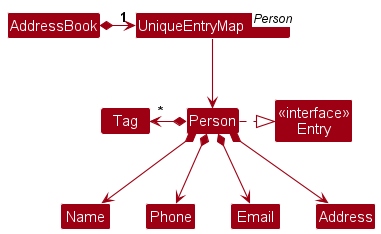
Above: docs/images/BetterModelClassDiagram.png in nus-cs2103-AY2324S1/tp (PlantUML), before the change.
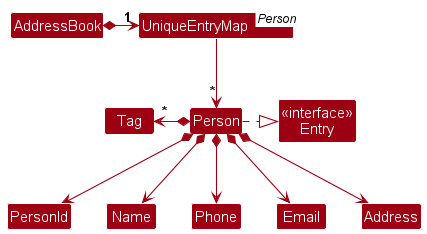
After the commit.

Commit message:
Add PersonId to Person class diagram

What changed in the source:
```diff
@@ -9,11 +9,12 @@
 
 AddressBook *-right-> "1" UniqueEntryMap_Person
 
-UniqueEntryMap_Person -down-> Person
+UniqueEntryMap_Person -down-> "*" Person
 
 Person *-left-> "*" Tag
 Person .right.|> Entry
 
+Person *--> PersonId
 Person *--> Name
 Person *--> Phone
 Person *--> Email
```
